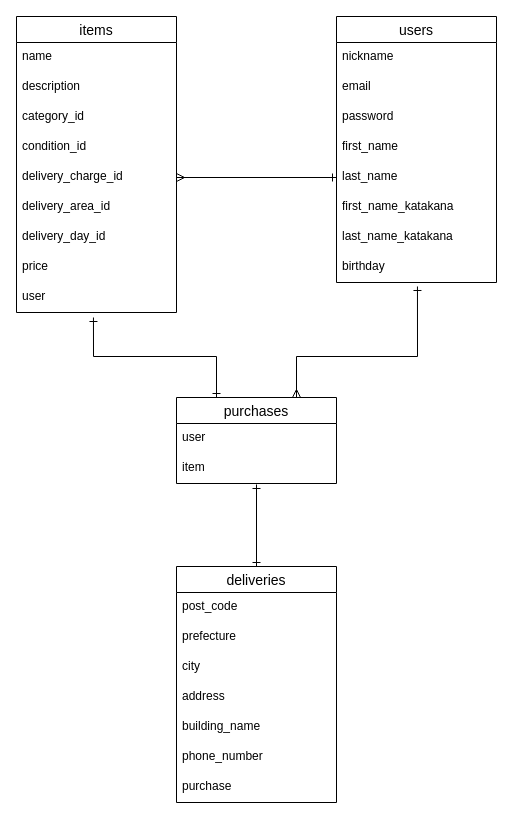
Earlier version of the draw.io diagram DB.dio (jps-github/furima-35456). Source tidied: cells renumbered, new cells numbered last; positions are measured from the earlier drawing's top-left corner, leaving out a move shared by most shapes. Both pictures are drawn from the tidied source at 100%, with x=0, y=0 at pixel (16, 16).
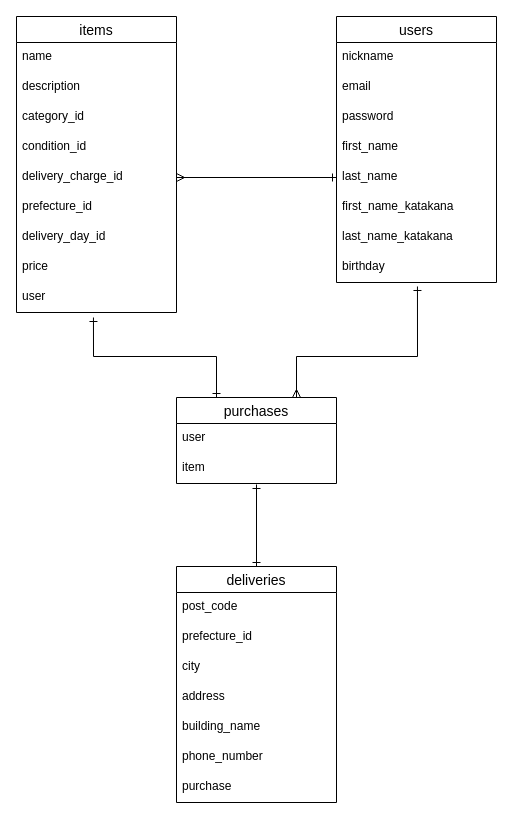
After the change.

Commit message (it also covers changes not shown here):
データベース設計_4

The change refers to these unchanged cells:
```xml
<mxCell id="11" value="items" style="swimlane;fontStyle=0;horizontal=1;startSize=26;align=center;fontSize=14;" parent="1" vertex="1">
  <mxGeometry width="160" height="296" as="geometry" />
</mxCell>
<mxCell id="27" value="deliveries" style="swimlane;fontStyle=0;horizontal=1;startSize=26;align=center;fontSize=14;" parent="1" vertex="1">
  <mxGeometry x="160" y="550" width="160" height="236" as="geometry" />
</mxCell>
```

What changed in the source:
```diff
@@
-    <mxCell id="17" value="delivery_area_id" style="text;strokeColor=none;fillColor=none;spacingLeft=4;spacingRight=4;overflow=hidden;fontSize=12;" parent="11" vertex="1">
+    <mxCell id="17" value="prefecture_id" style="text;strokeColor=none;fillColor=none;spacingLeft=4;spacingRight=4;overflow=hidden;fontSize=12;" parent="11" vertex="1">
       <mxGeometry y="176" width="160" height="30" as="geometry" />
     </mxCell>
@@
-    <mxCell id="29" value="prefecture" style="text;strokeColor=none;fillColor=none;spacingLeft=4;spacingRight=4;overflow=hidden;fontSize=12;" parent="27" vertex="1">
+    <mxCell id="29" value="prefecture_id" style="text;strokeColor=none;fillColor=none;spacingLeft=4;spacingRight=4;overflow=hidden;fontSize=12;" parent="27" vertex="1">
       <mxGeometry y="56" width="160" height="30" as="geometry" />
     </mxCell>
```
